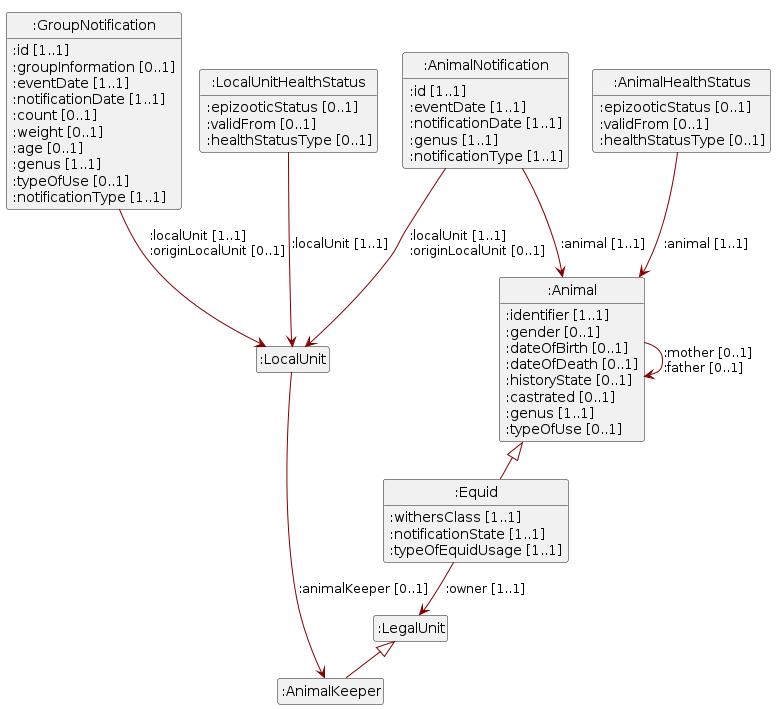
blw-ofag-ufag/eCH-0309 keeps this PlantUML diagram as assets/img/uml.png. Above is the earlier version.
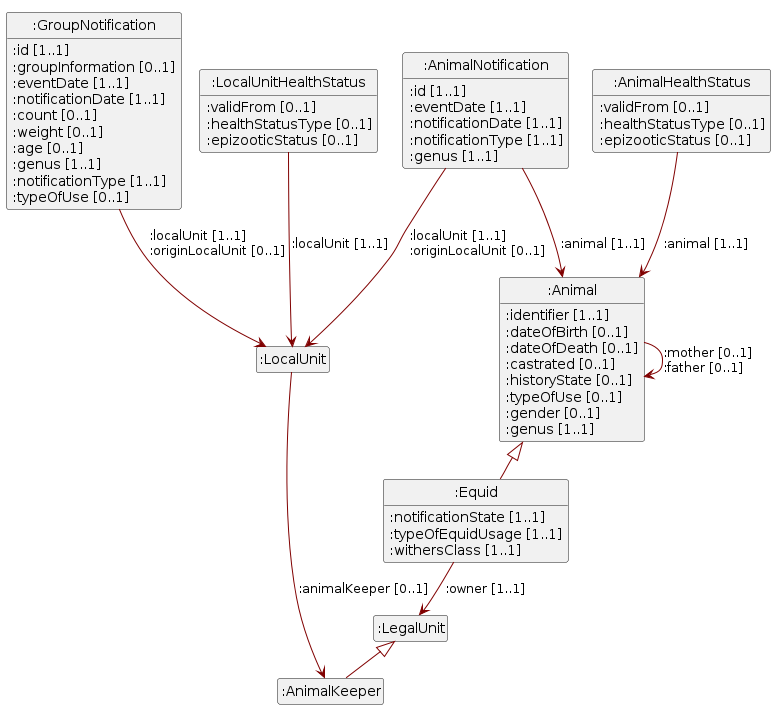
The same diagram one commit later.

What changed in the source:
```diff
@@ -10,9 +10,9 @@
 set namespaceSeparator none
 Class ":Equid"
 ":Equid" --> ":LegalUnit" : :owner [1..1]
-":Equid" : :withersClass [1..1]
 ":Equid" : :notificationState [1..1]
 ":Equid" : :typeOfEquidUsage [1..1]
+":Equid" : :withersClass [1..1]
 Class ":LegalUnit"
 Class ":GroupNotification"
 ":GroupNotification" : :id [1..1]
@@ -24,8 +24,8 @@
 ":GroupNotification" : :age [0..1]
 ":GroupNotification" --> ":LocalUnit" : :localUnit<U+00A0>[1..1]  \l:originLocalUnit<U+00A0>[0..1]
 ":GroupNotification" : :genus [1..1]
+":GroupNotification" : :notificationType [1..1]
 ":GroupNotification" : :typeOfUse [0..1]
-":GroupNotification" : :notificationType [1..1]
 Class ":AnimalKeeper"
 Class ":AnimalNotification"
 ":AnimalNotification" : :id [1..1]
@@ -33,30 +33,30 @@
 ":AnimalNotification" : :notificationDate [1..1]
 ":AnimalNotification" --> ":Animal" : :animal<U+00A0>[1..1]
 ":AnimalNotification" --> ":LocalUnit" : :localUnit<U+00A0>[1..1]  \l:originLocalUnit<U+00A0>[0..1]
+":AnimalNotification" : :notificationType [1..1]
 ":AnimalNotification" : :genus [1..1]
-":AnimalNotification" : :notificationType [1..1]
 Class ":LocalUnit"
 ":LocalUnit" --> ":AnimalKeeper" : :animalKeeper [0..1]
 Class ":LocalUnitHealthStatus"
-":LocalUnitHealthStatus" : :epizooticStatus [0..1]
 ":LocalUnitHealthStatus" : :validFrom [0..1]
 ":LocalUnitHealthStatus" : :healthStatusType [0..1]
+":LocalUnitHealthStatus" : :epizooticStatus [0..1]
 ":LocalUnitHealthStatus" --> ":LocalUnit" : :localUnit<U+00A0>[1..1]
 Class ":AnimalHealthStatus"
-":AnimalHealthStatus" : :epizooticStatus [0..1]
 ":AnimalHealthStatus" : :validFrom [0..1]
 ":AnimalHealthStatus" --> ":Animal" : :animal<U+00A0>[1..1]
 ":AnimalHealthStatus" : :healthStatusType [0..1]
+":AnimalHealthStatus" : :epizooticStatus [0..1]
 Class ":Animal"
 ":Animal" : :identifier [1..1]
-":Animal" : :gender [0..1]
 ":Animal" : :dateOfBirth [0..1]
 ":Animal" : :dateOfDeath [0..1]
+":Animal" : :castrated [0..1]
 ":Animal" : :historyState [0..1]
-":Animal" : :castrated [0..1]
 ":Animal" --> ":Animal" : :mother<U+00A0>[0..1]  \l:father<U+00A0>[0..1]
+":Animal" : :typeOfUse [0..1]
+":Animal" : :gender [0..1]
 ":Animal" : :genus [1..1]
-":Animal" : :typeOfUse [0..1]
 ":Animal" <|-- ":Equid"
 ":LegalUnit" <|-- ":AnimalKeeper"
 hide circle
```
